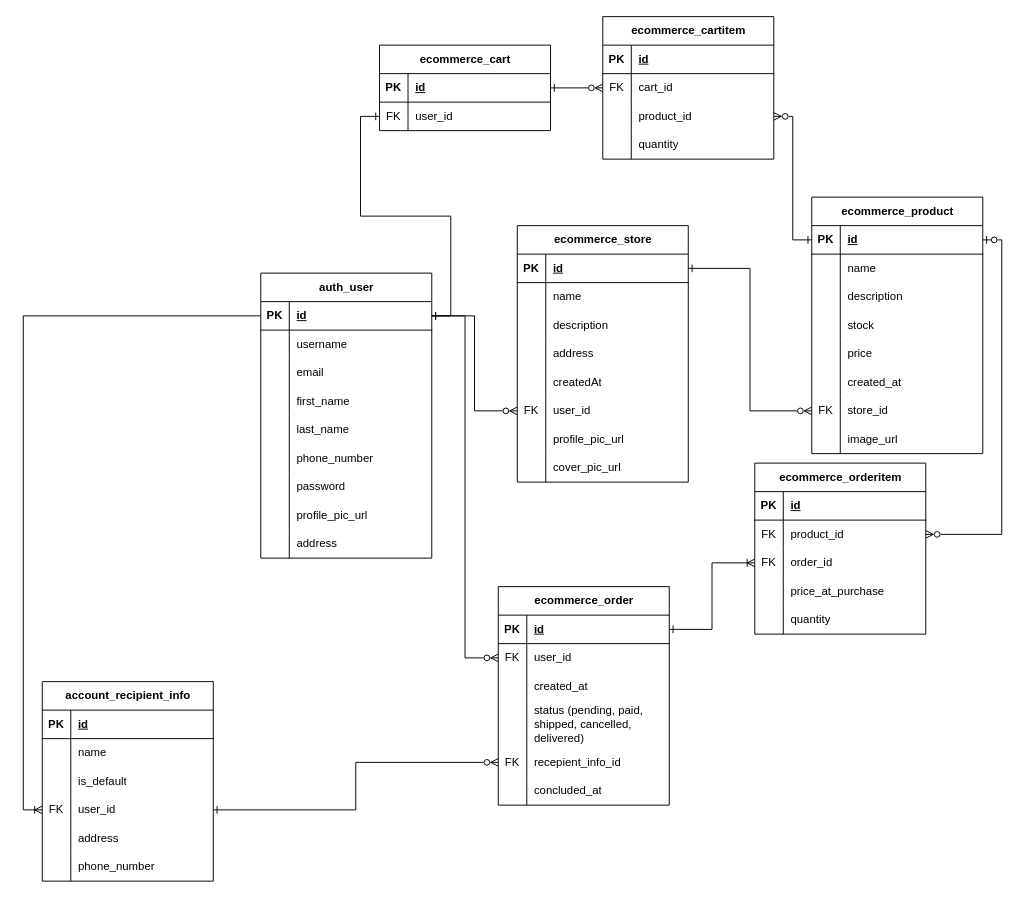
Above: page "All" (1 of 3) of E-Commerce API ERD.drawio in RHILIUS/drawio (draw.io), before the change. Source tidied: cells renumbered, new cells numbered last; positions are measured from the earlier drawing's top-left corner, leaving out a move shared by most shapes. Both pictures are drawn from the tidied source at 95%, with x=0, y=0 at pixel (42, 16).
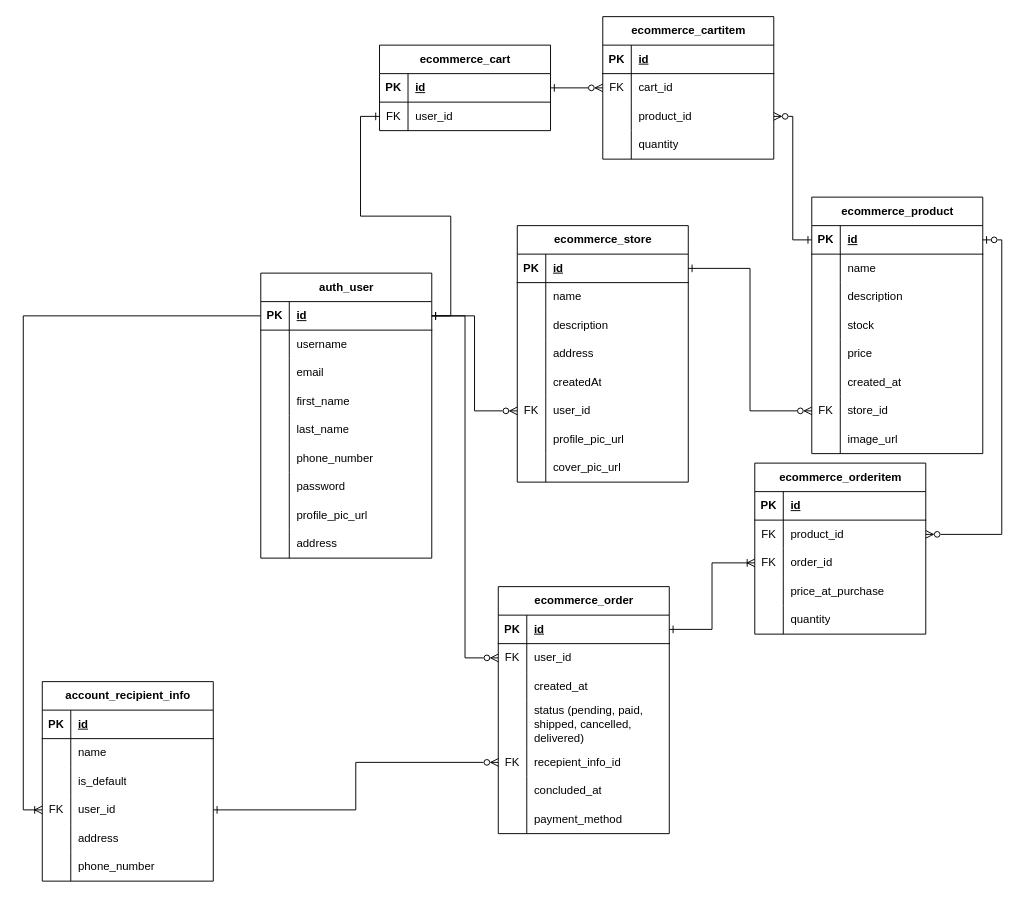
The same page after the edit.

Commit message (it also covers changes not shown here):
feat: add payment_method entity on ecommerce_order table

What changed in the source:
```diff
@@
     <mxCell id="78" value="ecommerce_order" style="shape=table;startSize=30;childLayout=tableLayout;rowLines=0;fontStyle=1;align=center;html=1;" parent="1" vertex="1">
-      <mxGeometry x="480" y="600" width="180" height="230" as="geometry" />
+      <mxGeometry x="480" y="600" width="180" height="260" as="geometry" />
     </mxCell>
@@
+    <mxCell id="164" style="shape=tableRow;horizontal=0;startSize=0;swimlaneHead=0;swimlaneBody=0;fillColor=none;top=0;left=0;right=0;bottom=0;" parent="78" vertex="1">
+      <mxGeometry y="230" width="180" height="30" as="geometry" />
+    </mxCell>
+    <mxCell id="165" style="shape=partialRectangle;fillColor=none;top=0;left=0;bottom=0;right=0;overflow=hidden;whiteSpace=wrap;html=1;" parent="164" vertex="1">
+      <mxGeometry width="30" height="30" as="geometry" />
+    </mxCell>
+    <mxCell id="166" value="payment_method" style="shape=partialRectangle;fillColor=none;top=0;left=0;bottom=0;right=0;align=left;spacingLeft=6;overflow=hidden;whiteSpace=wrap;html=1;" parent="164" vertex="1">
+      <mxGeometry x="30" width="150" height="30" as="geometry" />
+    </mxCell>
```
